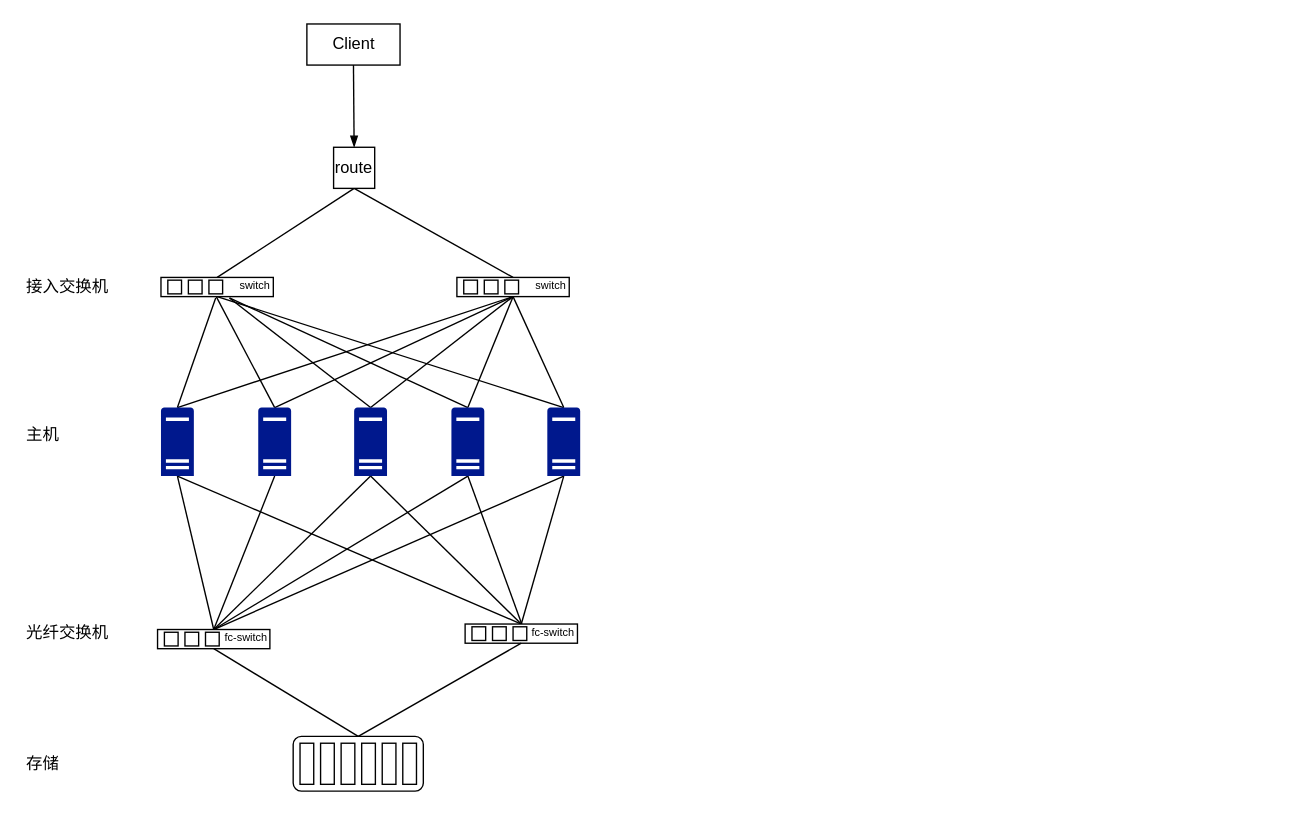
The draw.io diagram vsphere/vsphere_网络架构图.drawio in zhubiaook/draw, before the edit. Source tidied: cells renumbered, new cells numbered last; positions are measured from the earlier drawing's top-left corner, leaving out a move shared by most shapes. Both pictures are drawn from the tidied source at 137%, with x=0, y=0 at pixel (23, 23).
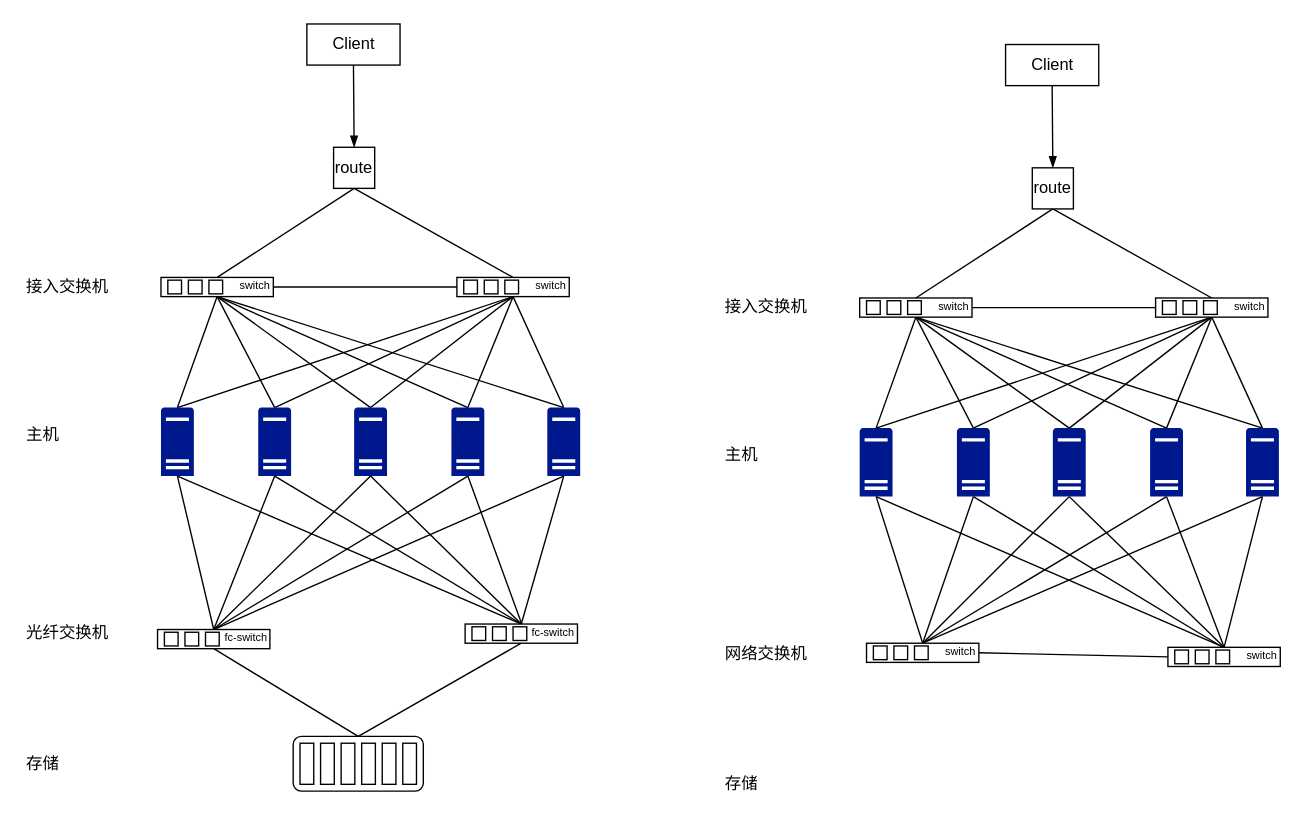
After the change.

Commit message (it also covers changes not shown here):
更新vsphere_网络架构图.drawio

Unchanged cells that the change refers to:
```xml
<mxCell id="6" style="shadow=0;dashed=0;html=1;strokeColor=none;labelPosition=center;verticalLabelPosition=bottom;verticalAlign=top;align=center;shape=mxgraph.mscae.enterprise.server_generic;fillColor=#00188D;" parent="1" vertex="1">
  <mxGeometry x="100" y="280" width="24" height="50" as="geometry" />
</mxCell>
<mxCell id="11" style="shadow=0;dashed=0;html=1;strokeColor=none;labelPosition=center;verticalLabelPosition=bottom;verticalAlign=top;align=center;shape=mxgraph.mscae.enterprise.server_generic;fillColor=#00188D;" parent="1" vertex="1">
  <mxGeometry x="312" y="280" width="24" height="50" as="geometry" />
</mxCell>
<mxCell id="15" style="shadow=0;dashed=0;html=1;strokeColor=none;labelPosition=center;verticalLabelPosition=bottom;verticalAlign=top;align=center;shape=mxgraph.mscae.enterprise.server_generic;fillColor=#00188D;" parent="1" vertex="1">
  <mxGeometry x="171" y="280" width="24" height="50" as="geometry" />
</mxCell>
<mxCell id="20" style="shadow=0;dashed=0;html=1;strokeColor=none;labelPosition=center;verticalLabelPosition=bottom;verticalAlign=top;align=center;shape=mxgraph.mscae.enterprise.server_generic;fillColor=#00188D;" parent="1" vertex="1">
  <mxGeometry x="241" y="280" width="24" height="50" as="geometry" />
</mxCell>
<mxCell id="32" value="&lt;p&gt;&lt;font style=&quot;font-size: 8px ; line-height: 310%&quot;&gt;fc-switch&lt;/font&gt;&lt;/p&gt;" style="rounded=1;whiteSpace=wrap;html=1;fillColor=#FFFFFF;arcSize=0;align=right;" parent="31" vertex="1">
  <mxGeometry width="82" height="14" as="geometry" />
</mxCell>
<mxCell id="45" value="&lt;p&gt;&lt;font style=&quot;font-size: 8px ; line-height: 310%&quot;&gt;switch&lt;/font&gt;&lt;/p&gt;" style="rounded=1;whiteSpace=wrap;html=1;fillColor=#FFFFFF;arcSize=0;align=right;" parent="44" vertex="1">
  <mxGeometry width="82" height="14" as="geometry" />
</mxCell>
<mxCell id="51" value="&lt;p&gt;&lt;font style=&quot;font-size: 8px ; line-height: 310%&quot;&gt;switch&lt;/font&gt;&lt;/p&gt;" style="rounded=1;whiteSpace=wrap;html=1;fillColor=#FFFFFF;arcSize=0;align=right;" parent="50" vertex="1">
  <mxGeometry width="82" height="14" as="geometry" />
</mxCell>
```

The edit, as a diff of the source:
```diff
@@
-    <mxCell id="4" style="edgeStyle=none;rounded=0;jettySize=auto;html=1;exitX=0.5;exitY=0;exitDx=0;exitDy=0;exitPerimeter=0;entryX=0.487;entryY=1.077;entryDx=0;entryDy=0;entryPerimeter=0;endArrow=none;endFill=0;" parent="1" edge="1" source="6" target="45">
+    <mxCell id="4" style="edgeStyle=none;rounded=0;jettySize=auto;html=1;exitX=0.5;exitY=0;exitDx=0;exitDy=0;exitPerimeter=0;entryX=0.5;entryY=1;entryDx=0;entryDy=0;endArrow=none;endFill=0;" parent="1" edge="1" source="6" target="45">
       <mxGeometry relative="1" as="geometry" />
     </mxCell>
@@
-    <mxCell id="9" style="edgeStyle=none;rounded=0;jettySize=auto;html=1;exitX=0.5;exitY=0;exitDx=0;exitDy=0;exitPerimeter=0;endArrow=none;endFill=0;" parent="1" edge="1" source="11">
-      <mxGeometry relative="1" as="geometry">
-        <mxPoint x="150" y="200" as="targetPoint" />
-      </mxGeometry>
+    <mxCell id="9" style="edgeStyle=none;rounded=0;jettySize=auto;html=1;exitX=0.5;exitY=0;exitDx=0;exitDy=0;exitPerimeter=0;endArrow=none;endFill=0;entryX=0.5;entryY=1;entryDx=0;entryDy=0;" parent="1" edge="1" source="11" target="45">
+      <mxGeometry relative="1" as="geometry" />
     </mxCell>
@@
-    <mxCell id="13" style="edgeStyle=none;rounded=0;jettySize=auto;html=1;exitX=0.5;exitY=0;exitDx=0;exitDy=0;exitPerimeter=0;endArrow=none;endFill=0;entryX=0.491;entryY=0.991;entryDx=0;entryDy=0;entryPerimeter=0;" parent="1" edge="1" source="15" target="45">
+    <mxCell id="13" style="edgeStyle=none;rounded=0;jettySize=auto;html=1;exitX=0.5;exitY=0;exitDx=0;exitDy=0;exitPerimeter=0;endArrow=none;endFill=0;entryX=0.5;entryY=1;entryDx=0;entryDy=0;" parent="1" edge="1" source="15" target="45">
       <mxGeometry relative="1" as="geometry" />
     </mxCell>
@@
+    <mxCell id="75" style="edgeStyle=none;rounded=0;jettySize=auto;html=1;exitX=0.5;exitY=1;exitDx=0;exitDy=0;exitPerimeter=0;startArrow=none;startFill=0;endArrow=none;endFill=0;entryX=0.5;entryY=0;entryDx=0;entryDy=0;" parent="1" edge="1" source="15" target="32">
+      <mxGeometry relative="1" as="geometry" />
+    </mxCell>
@@
-    <mxCell id="18" style="edgeStyle=none;rounded=0;jettySize=auto;html=1;exitX=0.5;exitY=0;exitDx=0;exitDy=0;exitPerimeter=0;endArrow=none;endFill=0;" parent="1" edge="1" source="20">
-      <mxGeometry relative="1" as="geometry">
-        <mxPoint x="150" y="200" as="targetPoint" />
-      </mxGeometry>
+    <mxCell id="18" style="edgeStyle=none;rounded=0;jettySize=auto;html=1;exitX=0.5;exitY=0;exitDx=0;exitDy=0;exitPerimeter=0;endArrow=none;endFill=0;entryX=0.5;entryY=1;entryDx=0;entryDy=0;" parent="1" edge="1" source="20" target="45">
+      <mxGeometry relative="1" as="geometry" />
     </mxCell>
@@
+    <mxCell id="76" style="rounded=0;jettySize=auto;html=1;exitX=0.5;exitY=1;exitDx=0;exitDy=0;exitPerimeter=0;entryX=0.5;entryY=0;entryDx=0;entryDy=0;endArrow=none;endFill=0;" parent="1" edge="1" source="80" target="123">
+      <mxGeometry relative="1" as="geometry" />
+    </mxCell>
+    <mxCell id="77" style="edgeStyle=none;rounded=0;jettySize=auto;html=1;exitX=0.5;exitY=1;exitDx=0;exitDy=0;exitPerimeter=0;entryX=0.5;entryY=0;entryDx=0;entryDy=0;endArrow=none;endFill=0;" parent="1" edge="1" source="80" target="128">
+      <mxGeometry relative="1" as="geometry" />
+    </mxCell>
+    <mxCell id="78" style="edgeStyle=none;rounded=0;jettySize=auto;html=1;exitX=0.5;exitY=0;exitDx=0;exitDy=0;exitPerimeter=0;entryX=0.5;entryY=1;entryDx=0;entryDy=0;endArrow=none;endFill=0;" parent="1" edge="1" source="80" target="106">
+      <mxGeometry relative="1" as="geometry" />
+    </mxCell>
+    <mxCell id="79" style="edgeStyle=none;rounded=0;jettySize=auto;html=1;exitX=0.5;exitY=0;exitDx=0;exitDy=0;exitPerimeter=0;entryX=0.5;entryY=1;entryDx=0;entryDy=0;endArrow=none;endFill=0;" parent="1" edge="1" source="80" target="112">
+      <mxGeometry relative="1" as="geometry" />
+    </mxCell>
+    <mxCell id="80" style="shadow=0;dashed=0;html=1;strokeColor=none;labelPosition=center;verticalLabelPosition=bottom;verticalAlign=top;align=center;shape=mxgraph.mscae.enterprise.server_generic;fillColor=#00188D;" parent="1" vertex="1">
+      <mxGeometry x="610" y="295" width="24" height="50" as="geometry" />
+    </mxCell>
+    <mxCell id="81" style="edgeStyle=none;rounded=0;jettySize=auto;html=1;exitX=0.5;exitY=1;exitDx=0;exitDy=0;exitPerimeter=0;entryX=0.5;entryY=0;entryDx=0;entryDy=0;endArrow=none;endFill=0;" parent="1" edge="1" source="85" target="123">
+      <mxGeometry relative="1" as="geometry" />
+    </mxCell>
+    <mxCell id="82" style="edgeStyle=none;rounded=0;jettySize=auto;html=1;exitX=0.5;exitY=1;exitDx=0;exitDy=0;exitPerimeter=0;entryX=0.5;entryY=0;entryDx=0;entryDy=0;endArrow=none;endFill=0;" parent="1" edge="1" source="85" target="128">
+      <mxGeometry relative="1" as="geometry" />
+    </mxCell>
+    <mxCell id="83" style="edgeStyle=none;rounded=0;jettySize=auto;html=1;exitX=0.5;exitY=0;exitDx=0;exitDy=0;exitPerimeter=0;endArrow=none;endFill=0;entryX=0.5;entryY=1;entryDx=0;entryDy=0;" parent="1" edge="1" source="85" target="106">
+      <mxGeometry relative="1" as="geometry" />
+    </mxCell>
+    <mxCell id="84" style="edgeStyle=none;rounded=0;jettySize=auto;html=1;exitX=0.5;exitY=0;exitDx=0;exitDy=0;exitPerimeter=0;entryX=0.499;entryY=1.015;entryDx=0;entryDy=0;entryPerimeter=0;endArrow=none;endFill=0;" parent="1" edge="1" source="85" target="112">
+      <mxGeometry relative="1" as="geometry" />
+    </mxCell>
+    <mxCell id="85" style="shadow=0;dashed=0;html=1;strokeColor=none;labelPosition=center;verticalLabelPosition=bottom;verticalAlign=top;align=center;shape=mxgraph.mscae.enterprise.server_generic;fillColor=#00188D;" parent="1" vertex="1">
+      <mxGeometry x="822" y="295" width="24" height="50" as="geometry" />
+    </mxCell>
+    <mxCell id="86" style="edgeStyle=none;rounded=0;jettySize=auto;html=1;exitX=0.5;exitY=1;exitDx=0;exitDy=0;exitPerimeter=0;entryX=0.5;entryY=0;entryDx=0;entryDy=0;endArrow=none;endFill=0;" parent="1" edge="1" source="90" target="123">
+      <mxGeometry relative="1" as="geometry" />
+    </mxCell>
+    <mxCell id="87" style="edgeStyle=none;rounded=0;jettySize=auto;html=1;exitX=0.5;exitY=0;exitDx=0;exitDy=0;exitPerimeter=0;endArrow=none;endFill=0;entryX=0.5;entryY=1;entryDx=0;entryDy=0;" parent="1" edge="1" source="90" target="106">
+      <mxGeometry relative="1" as="geometry" />
+    </mxCell>
+    <mxCell id="88" style="edgeStyle=none;rounded=0;jettySize=auto;html=1;exitX=0.5;exitY=0;exitDx=0;exitDy=0;exitPerimeter=0;entryX=0.5;entryY=1;entryDx=0;entryDy=0;endArrow=none;endFill=0;" parent="1" edge="1" source="90" target="112">
+      <mxGeometry relative="1" as="geometry" />
+    </mxCell>
+    <mxCell id="89" style="edgeStyle=none;rounded=0;jettySize=auto;html=1;exitX=0.5;exitY=1;exitDx=0;exitDy=0;exitPerimeter=0;startArrow=none;startFill=0;endArrow=none;endFill=0;entryX=0.491;entryY=0.008;entryDx=0;entryDy=0;entryPerimeter=0;" parent="1" edge="1" source="90" target="128">
+      <mxGeometry relative="1" as="geometry" />
+    </mxCell>
+    <mxCell id="90" style="shadow=0;dashed=0;html=1;strokeColor=none;labelPosition=center;verticalLabelPosition=bottom;verticalAlign=top;align=center;shape=mxgraph.mscae.enterprise.server_generic;fillColor=#00188D;" parent="1" vertex="1">
+      <mxGeometry x="681" y="295" width="24" height="50" as="geometry" />
+    </mxCell>
+    <mxCell id="91" style="edgeStyle=none;rounded=0;jettySize=auto;html=1;exitX=0.5;exitY=1;exitDx=0;exitDy=0;exitPerimeter=0;endArrow=none;endFill=0;entryX=0.5;entryY=0;entryDx=0;entryDy=0;" parent="1" edge="1" source="95" target="123">
+      <mxGeometry relative="1" as="geometry" />
+    </mxCell>
+    <mxCell id="92" style="edgeStyle=none;rounded=0;jettySize=auto;html=1;exitX=0.5;exitY=1;exitDx=0;exitDy=0;exitPerimeter=0;endArrow=none;endFill=0;entryX=0.5;entryY=0;entryDx=0;entryDy=0;" parent="1" edge="1" source="95" target="128">
+      <mxGeometry relative="1" as="geometry" />
+    </mxCell>
+    <mxCell id="93" style="edgeStyle=none;rounded=0;jettySize=auto;html=1;exitX=0.5;exitY=0;exitDx=0;exitDy=0;exitPerimeter=0;endArrow=none;endFill=0;entryX=0.5;entryY=1;entryDx=0;entryDy=0;" parent="1" edge="1" source="95" target="106">
+      <mxGeometry relative="1" as="geometry" />
+    </mxCell>
+    <mxCell id="94" style="edgeStyle=none;rounded=0;jettySize=auto;html=1;exitX=0.5;exitY=0;exitDx=0;exitDy=0;exitPerimeter=0;endArrow=none;endFill=0;entryX=0.5;entryY=1;entryDx=0;entryDy=0;" parent="1" edge="1" source="95" target="112">
+      <mxGeometry relative="1" as="geometry" />
+    </mxCell>
+    <mxCell id="95" style="shadow=0;dashed=0;html=1;strokeColor=none;labelPosition=center;verticalLabelPosition=bottom;verticalAlign=top;align=center;shape=mxgraph.mscae.enterprise.server_generic;fillColor=#00188D;" parent="1" vertex="1">
+      <mxGeometry x="751" y="295" width="24" height="50" as="geometry" />
+    </mxCell>
+    <mxCell id="96" style="edgeStyle=none;rounded=0;jettySize=auto;html=1;exitX=0.5;exitY=1;exitDx=0;exitDy=0;exitPerimeter=0;entryX=0.5;entryY=0;entryDx=0;entryDy=0;endArrow=none;endFill=0;" parent="1" edge="1" source="100" target="123">
+      <mxGeometry relative="1" as="geometry" />
+    </mxCell>
+    <mxCell id="97" style="edgeStyle=none;rounded=0;jettySize=auto;html=1;exitX=0.5;exitY=1;exitDx=0;exitDy=0;exitPerimeter=0;entryX=0.5;entryY=0;entryDx=0;entryDy=0;endArrow=none;endFill=0;" parent="1" edge="1" source="100" target="128">
+      <mxGeometry relative="1" as="geometry" />
+    </mxCell>
+    <mxCell id="98" style="edgeStyle=none;rounded=0;jettySize=auto;html=1;exitX=0.5;exitY=0;exitDx=0;exitDy=0;exitPerimeter=0;endArrow=none;endFill=0;entryX=0.5;entryY=1;entryDx=0;entryDy=0;" parent="1" edge="1" source="100" target="106">
+      <mxGeometry relative="1" as="geometry" />
+    </mxCell>
+    <mxCell id="99" style="edgeStyle=none;rounded=0;jettySize=auto;html=1;exitX=0.5;exitY=0;exitDx=0;exitDy=0;exitPerimeter=0;entryX=0.5;entryY=1;entryDx=0;entryDy=0;endArrow=none;endFill=0;" parent="1" edge="1" source="100" target="112">
+      <mxGeometry relative="1" as="geometry" />
+    </mxCell>
+    <mxCell id="100" style="shadow=0;dashed=0;html=1;strokeColor=none;labelPosition=center;verticalLabelPosition=bottom;verticalAlign=top;align=center;shape=mxgraph.mscae.enterprise.server_generic;fillColor=#00188D;" parent="1" vertex="1">
+      <mxGeometry x="892" y="295" width="24" height="50" as="geometry" />
+    </mxCell>
+    <mxCell id="101" style="edgeStyle=none;rounded=0;jettySize=auto;html=1;exitX=0.5;exitY=1;exitDx=0;exitDy=0;entryX=0.5;entryY=0;entryDx=0;entryDy=0;endArrow=none;endFill=0;" parent="1" edge="1" source="103" target="106">
+      <mxGeometry relative="1" as="geometry" />
+    </mxCell>
+    <mxCell id="102" style="edgeStyle=none;rounded=0;jettySize=auto;html=1;exitX=0.5;exitY=1;exitDx=0;exitDy=0;entryX=0.5;entryY=0;entryDx=0;entryDy=0;endArrow=none;endFill=0;" parent="1" edge="1" source="103" target="112">
+      <mxGeometry relative="1" as="geometry" />
+    </mxCell>
+    <mxCell id="103" value="route" style="whiteSpace=wrap;html=1;fillColor=#FFFFFF;" parent="1" vertex="1">
+      <mxGeometry x="736" y="105" width="30" height="30" as="geometry" />
+    </mxCell>
+    <mxCell id="104" style="group;" parent="1" vertex="1">
+      <mxGeometry x="610" y="200" width="82" height="14" as="geometry" />
+    </mxCell>
+    <mxCell id="105" style="group;" parent="104" vertex="1">
+      <mxGeometry width="82" height="14" as="geometry" />
+    </mxCell>
+    <mxCell id="106" value="&lt;p&gt;&lt;font style=&quot;font-size: 8px ; line-height: 310%&quot;&gt;switch&lt;/font&gt;&lt;/p&gt;" style="rounded=1;whiteSpace=wrap;html=1;fillColor=#FFFFFF;arcSize=0;align=right;" parent="105" vertex="1">
+      <mxGeometry width="82" height="14" as="geometry" />
+    </mxCell>
+    <mxCell id="107" style="whiteSpace=wrap;html=1;fillColor=#FFFFFF;" parent="105" vertex="1">
+      <mxGeometry x="5" y="2" width="10" height="10" as="geometry" />
+    </mxCell>
+    <mxCell id="108" style="whiteSpace=wrap;html=1;fillColor=#FFFFFF;" parent="105" vertex="1">
+      <mxGeometry x="20" y="2" width="10" height="10" as="geometry" />
+    </mxCell>
+    <mxCell id="109" style="whiteSpace=wrap;html=1;fillColor=#FFFFFF;" parent="105" vertex="1">
+      <mxGeometry x="35" y="2" width="10" height="10" as="geometry" />
+    </mxCell>
+    <mxCell id="110" style="group;" parent="1" vertex="1">
+      <mxGeometry x="826" y="200" width="82" height="14" as="geometry" />
+    </mxCell>
+    <mxCell id="111" style="group;" parent="110" vertex="1">
+      <mxGeometry width="82" height="14" as="geometry" />
+    </mxCell>
+    <mxCell id="112" value="&lt;p&gt;&lt;font style=&quot;font-size: 8px ; line-height: 310%&quot;&gt;switch&lt;/font&gt;&lt;/p&gt;" style="rounded=1;whiteSpace=wrap;html=1;fillColor=#FFFFFF;arcSize=0;align=right;" parent="111" vertex="1">
+      <mxGeometry width="82" height="14" as="geometry" />
+    </mxCell>
+    <mxCell id="113" style="whiteSpace=wrap;html=1;fillColor=#FFFFFF;" parent="111" vertex="1">
+      <mxGeometry x="5" y="2" width="10" height="10" as="geometry" />
+    </mxCell>
+    <mxCell id="114" style="whiteSpace=wrap;html=1;fillColor=#FFFFFF;" parent="111" vertex="1">
+      <mxGeometry x="20" y="2" width="10" height="10" as="geometry" />
+    </mxCell>
+    <mxCell id="115" style="whiteSpace=wrap;html=1;fillColor=#FFFFFF;" parent="111" vertex="1">
+      <mxGeometry x="35" y="2" width="10" height="10" as="geometry" />
+    </mxCell>
+    <mxCell id="116" style="edgeStyle=none;rounded=0;jettySize=auto;html=1;exitX=0.5;exitY=1;exitDx=0;exitDy=0;entryX=0.5;entryY=0;entryDx=0;entryDy=0;endArrow=blockThin;endFill=1;startArrow=none;startFill=0;" parent="1" edge="1" source="117" target="103">
+      <mxGeometry relative="1" as="geometry" />
+    </mxCell>
+    <mxCell id="117" value="Client" style="rounded=0;whiteSpace=wrap;html=1;fillColor=#FFFFFF;" parent="1" vertex="1">
+      <mxGeometry x="716.5" y="15" width="68" height="30" as="geometry" />
+    </mxCell>
+    <mxCell id="118" value="接入交换机" style="text;html=1;align=left;verticalAlign=top;spacingTop=-4;" parent="1" vertex="1">
+      <mxGeometry x="510" y="197" width="80" height="20" as="geometry" />
+    </mxCell>
+    <mxCell id="119" value="主机" style="text;html=1;align=left;verticalAlign=top;spacingTop=-4;" parent="1" vertex="1">
+      <mxGeometry x="510" y="305" width="40" height="20" as="geometry" />
+    </mxCell>
+    <mxCell id="120" value="网络交换机" style="text;html=1;align=left;verticalAlign=top;spacingTop=-4;" parent="1" vertex="1">
+      <mxGeometry x="510" y="450" width="80" height="20" as="geometry" />
+    </mxCell>
+    <mxCell id="121" value="存储" style="text;html=1;align=left;verticalAlign=top;spacingTop=-4;" parent="1" vertex="1">
+      <mxGeometry x="510" y="545" width="40" height="20" as="geometry" />
+    </mxCell>
+    <mxCell id="122" style="group;" parent="1" vertex="1">
+      <mxGeometry x="615" y="452" width="82" height="14" as="geometry" />
+    </mxCell>
+    <mxCell id="123" value="&lt;p&gt;&lt;font style=&quot;font-size: 8px ; line-height: 310%&quot;&gt;switch&lt;/font&gt;&lt;/p&gt;" style="rounded=1;whiteSpace=wrap;html=1;fillColor=#FFFFFF;arcSize=0;align=right;" parent="122" vertex="1">
+      <mxGeometry width="82" height="14" as="geometry" />
+    </mxCell>
+    <mxCell id="124" style="whiteSpace=wrap;html=1;fillColor=#FFFFFF;" parent="122" vertex="1">
+      <mxGeometry x="5" y="2" width="10" height="10" as="geometry" />
+    </mxCell>
+    <mxCell id="125" style="whiteSpace=wrap;html=1;fillColor=#FFFFFF;" parent="122" vertex="1">
+      <mxGeometry x="20" y="2" width="10" height="10" as="geometry" />
+    </mxCell>
+    <mxCell id="126" style="whiteSpace=wrap;html=1;fillColor=#FFFFFF;" parent="122" vertex="1">
+      <mxGeometry x="35" y="2" width="10" height="10" as="geometry" />
+    </mxCell>
+    <mxCell id="127" style="group;" parent="1" vertex="1">
+      <mxGeometry x="835" y="455" width="82" height="14" as="geometry" />
+    </mxCell>
+    <mxCell id="128" value="&lt;p&gt;&lt;font style=&quot;font-size: 8px ; line-height: 310%&quot;&gt;switch&lt;/font&gt;&lt;/p&gt;" style="rounded=1;whiteSpace=wrap;html=1;fillColor=#FFFFFF;arcSize=0;align=right;" parent="127" vertex="1">
+      <mxGeometry width="82" height="14" as="geometry" />
+    </mxCell>
+    <mxCell id="129" style="whiteSpace=wrap;html=1;fillColor=#FFFFFF;" parent="127" vertex="1">
+      <mxGeometry x="5" y="2" width="10" height="10" as="geometry" />
+    </mxCell>
+    <mxCell id="130" style="whiteSpace=wrap;html=1;fillColor=#FFFFFF;" parent="127" vertex="1">
+      <mxGeometry x="20" y="2" width="10" height="10" as="geometry" />
+    </mxCell>
+    <mxCell id="131" style="whiteSpace=wrap;html=1;fillColor=#FFFFFF;" parent="127" vertex="1">
+      <mxGeometry x="35" y="2" width="10" height="10" as="geometry" />
+    </mxCell>
+    <mxCell id="132" style="edgeStyle=none;rounded=0;jettySize=auto;html=1;exitX=1;exitY=0.5;exitDx=0;exitDy=0;entryX=0;entryY=0.5;entryDx=0;entryDy=0;startArrow=none;startFill=0;endArrow=none;endFill=0;" parent="1" edge="1" source="123" target="128">
+      <mxGeometry relative="1" as="geometry" />
+    </mxCell>
+    <mxCell id="133" style="edgeStyle=none;rounded=0;jettySize=auto;html=1;exitX=1;exitY=0.5;exitDx=0;exitDy=0;entryX=0;entryY=0.5;entryDx=0;entryDy=0;startArrow=none;startFill=0;endArrow=none;endFill=0;" parent="1" edge="1" source="106" target="112">
+      <mxGeometry relative="1" as="geometry" />
+    </mxCell>
+    <mxCell id="134" style="edgeStyle=none;rounded=0;jettySize=auto;html=1;exitX=1;exitY=0.5;exitDx=0;exitDy=0;entryX=0;entryY=0.5;entryDx=0;entryDy=0;startArrow=none;startFill=0;endArrow=none;endFill=0;" parent="1" edge="1" source="45" target="51">
+      <mxGeometry relative="1" as="geometry" />
+    </mxCell>
```
